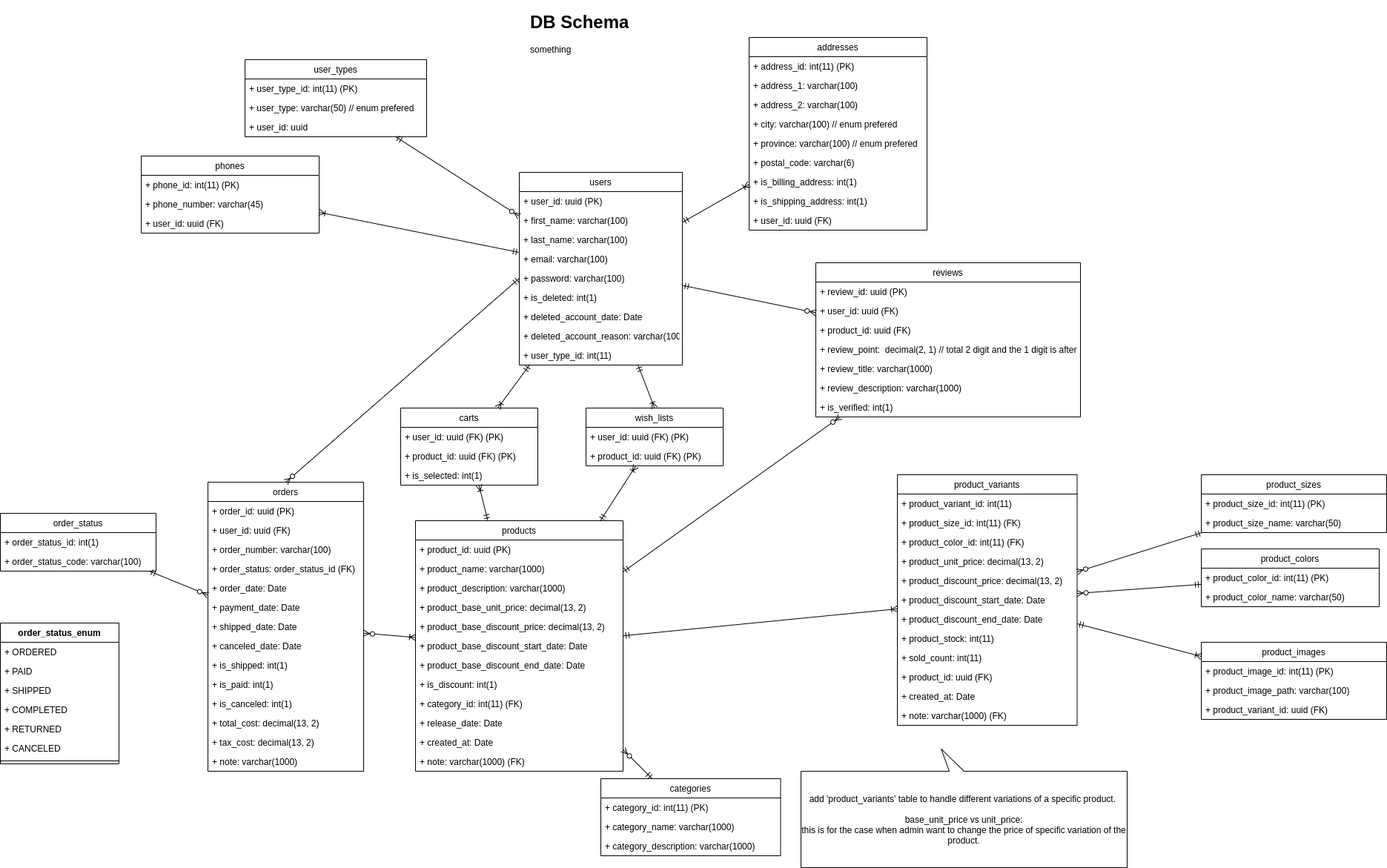
Before: db-design.png, a diagram exported from draw.io (stsiwo/e-commerce-starter-kits). Source tidied: cells renumbered, new cells last; positions are measured from the earlier drawing's top-left corner, leaving out a move shared by most shapes.
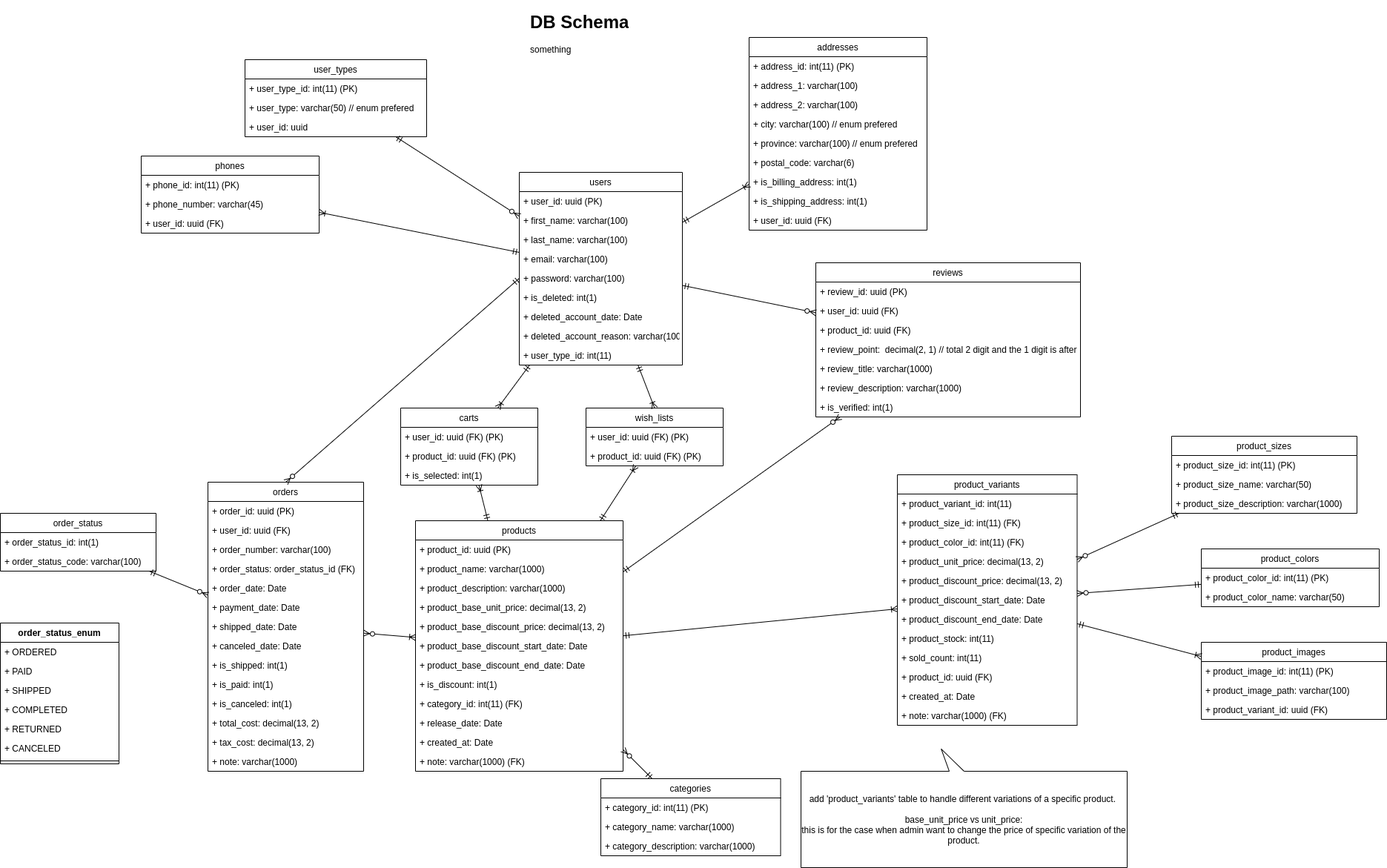
The same diagram one commit later.

What changed in the source:
```diff
@@ -219,13 +219,16 @@
       <mxGeometry y="52" width="210" height="26" as="geometry" />
     </mxCell>
     <mxCell id="74" value="product_sizes" style="swimlane;fontStyle=0;horizontal=1;startSize=26;fillColor=none;" parent="1" vertex="1">
-      <mxGeometry x="1620" y="630" width="250" height="78" as="geometry" />
+      <mxGeometry x="1580" y="578" width="250" height="104" as="geometry" />
     </mxCell>
     <mxCell id="75" value="+ product_size_id: int(11) (PK)" style="text;strokeColor=none;fillColor=none;align=left;verticalAlign=top;spacingLeft=4;spacingRight=4;overflow=hidden;" parent="74" vertex="1">
       <mxGeometry y="26" width="250" height="26" as="geometry" />
     </mxCell>
+    <mxCell id="130" value="+ product_size_name: varchar(50)" style="text;strokeColor=none;fillColor=none;align=left;verticalAlign=top;spacingLeft=4;spacingRight=4;overflow=hidden;" parent="74" vertex="1">
+      <mxGeometry y="52" width="250" height="26" as="geometry" />
+    </mxCell>
-    <mxCell id="76" value="+ product_size_name: varchar(50)" style="text;strokeColor=none;fillColor=none;align=left;verticalAlign=top;spacingLeft=4;spacingRight=4;overflow=hidden;" parent="74" vertex="1">
-      <mxGeometry y="52" width="250" height="26" as="geometry" />
+    <mxCell id="76" value="+ product_size_description: varchar(1000)" style="text;strokeColor=none;fillColor=none;align=left;verticalAlign=top;spacingLeft=4;spacingRight=4;overflow=hidden;" parent="74" vertex="1">
+      <mxGeometry y="78" width="250" height="26" as="geometry" />
     </mxCell>
     <mxCell id="77" value="product_colors" style="swimlane;fontStyle=0;horizontal=1;startSize=26;fillColor=none;" parent="1" vertex="1">
       <mxGeometry x="1620" y="730" width="240" height="78" as="geometry" />
```
